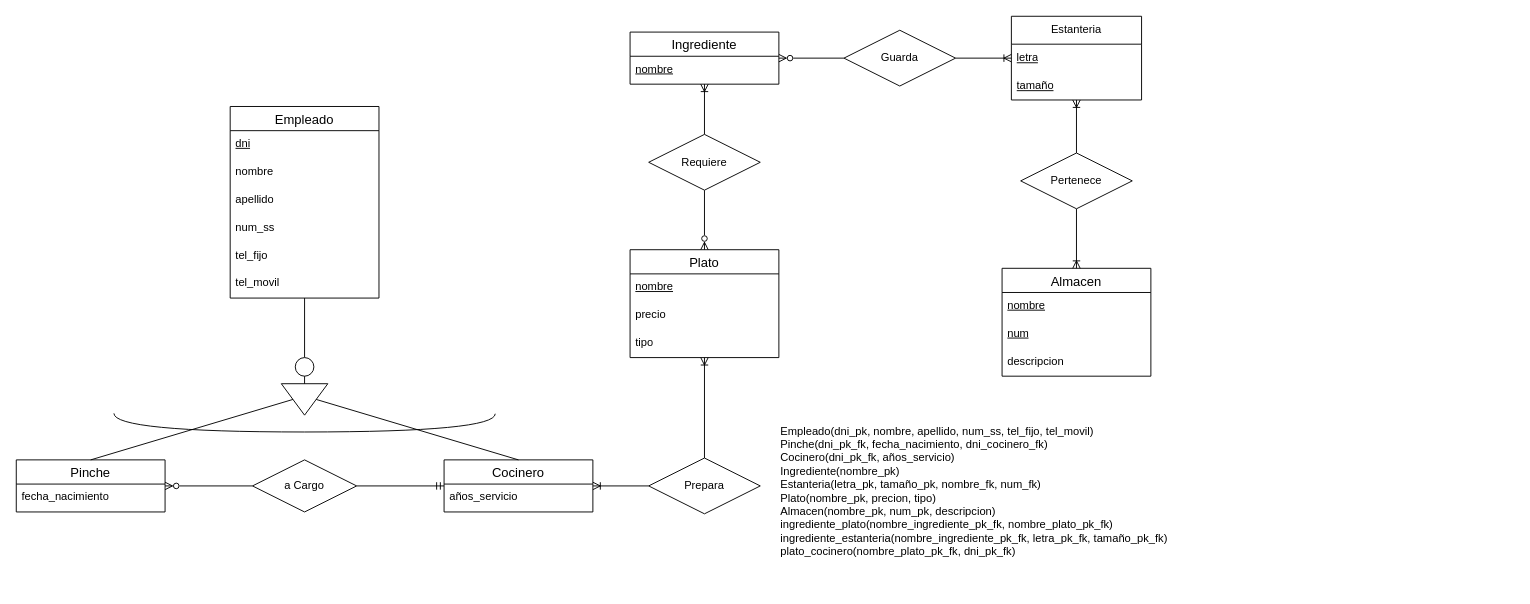
This is TA12Ej13.drawio from AlejandroCara/acr-tsys-modeloER-drawio-1110, a draw.io file, before an edit. Source tidied: cells renumbered, new cells numbered last; positions are measured from the earlier drawing's top-left corner, leaving out a move shared by most shapes. Both pictures are drawn from the tidied source at 93%, with x=0, y=0 at pixel (16, 16).
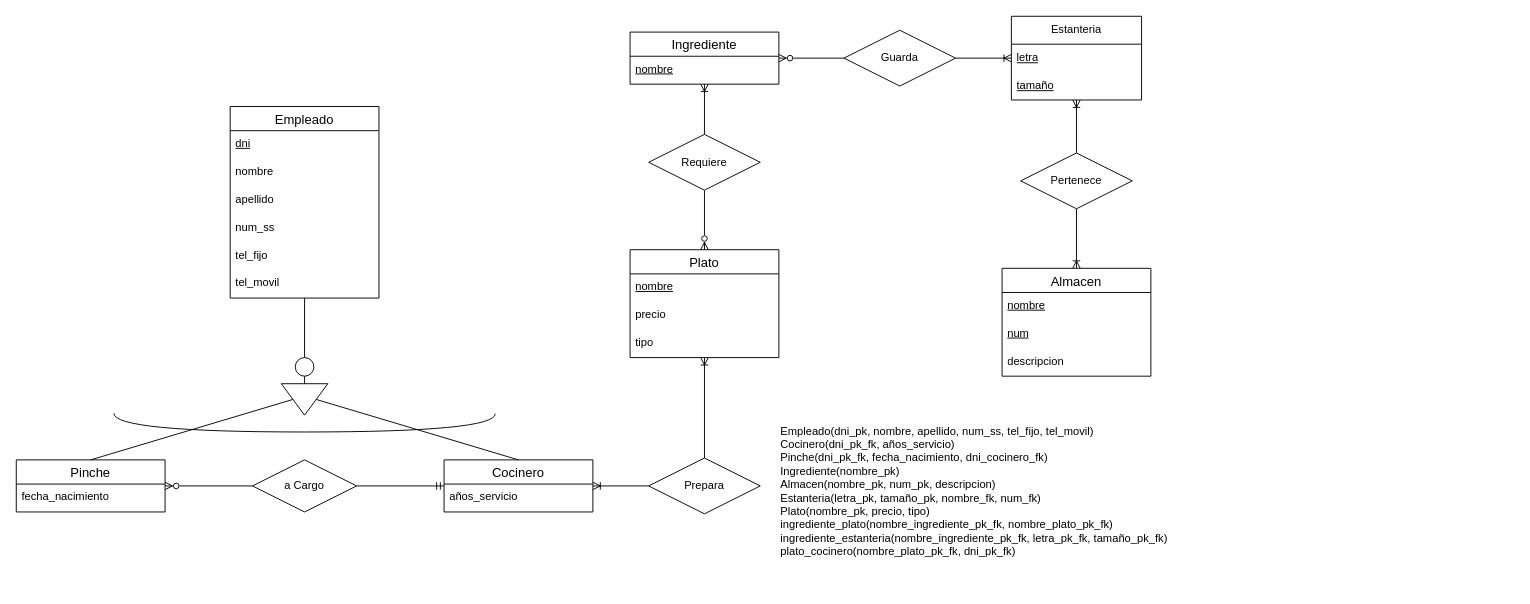
The same diagram, later.

What changed in the source:
```diff
@@
-    <mxCell id="48" value="Empleado(dni_pk, nombre, apellido, num_ss, tel_fijo, tel_movil)&lt;br&gt;Pinche(dni_pk_fk, fecha_nacimiento, dni_cocinero_fk)&lt;br&gt;Cocinero(dni_pk_fk, años_servicio)&lt;br&gt;Ingrediente(nombre_pk)&lt;br&gt;Estanteria(letra_pk, tamaño_pk, nombre_fk, num_fk)&lt;br&gt;Plato(nombre_pk, precion, tipo)&lt;br&gt;Almacen(nombre_pk, num_pk, descripcion)&lt;br&gt;ingrediente_plato(nombre_ingrediente_pk_fk, nombre_plato_pk_fk)&lt;br&gt;ingrediente_estanteria(nombre_ingrediente_pk_fk, letra_pk_fk, tamaño_pk_fk)&lt;br&gt;plato_cocinero(nombre_plato_pk_fk, dni_pk_fk)" style="text;html=1;strokeColor=none;fillColor=none;align=left;verticalAlign=middle;whiteSpace=wrap;rounded=0;" parent="1" vertex="1">
+    <mxCell id="48" value="Empleado(dni_pk, nombre, apellido, num_ss, tel_fijo, tel_movil)&lt;br&gt;&lt;div&gt;Cocinero(dni_pk_fk, años_servicio)&lt;/div&gt;&lt;div&gt;Pinche(dni_pk_fk, fecha_nacimiento, dni_cocinero_fk)&lt;/div&gt;&lt;div&gt;Ingrediente(nombre_pk)&lt;/div&gt;&lt;div&gt;Almacen(nombre_pk, num_pk, descripcion)&lt;/div&gt;Estanteria(letra_pk, tamaño_pk, nombre_fk, num_fk)&lt;br&gt;Plato(nombre_pk, precio, tipo)&lt;br&gt;ingrediente_plato(nombre_ingrediente_pk_fk, nombre_plato_pk_fk)&lt;br&gt;ingrediente_estanteria(nombre_ingrediente_pk_fk, letra_pk_fk, tamaño_pk_fk)&lt;br&gt;plato_cocinero(nombre_plato_pk_fk, dni_pk_fk)" style="text;html=1;strokeColor=none;fillColor=none;align=left;verticalAlign=middle;whiteSpace=wrap;rounded=0;" parent="1" vertex="1">
       <mxGeometry x="820" y="407" width="790" height="207" as="geometry" />
     </mxCell>
```
